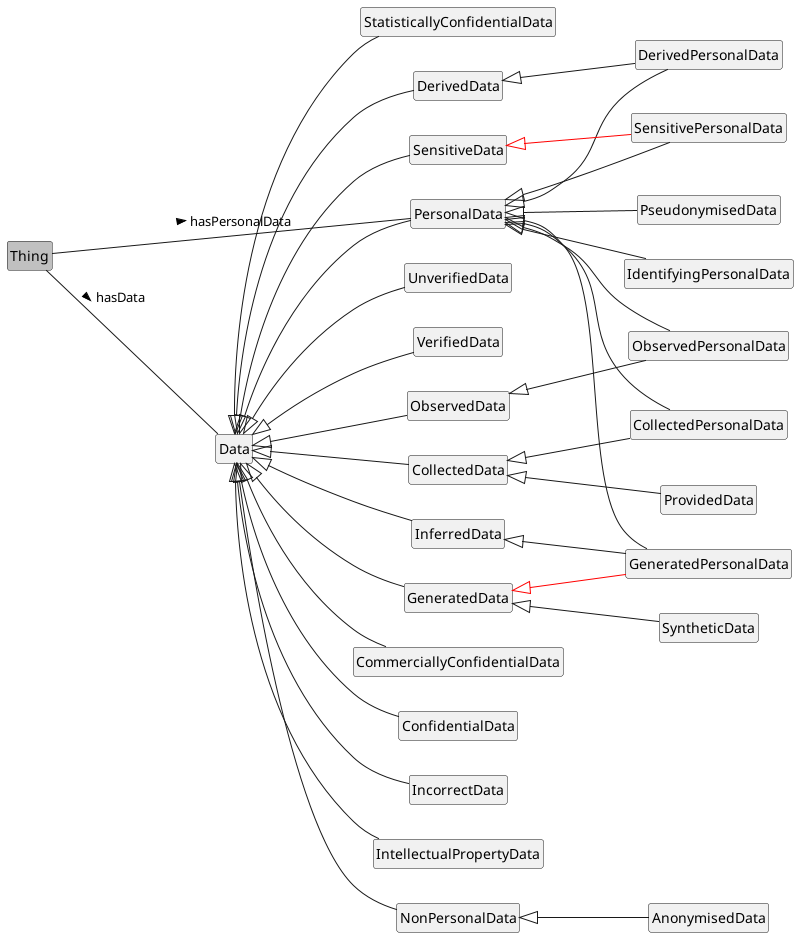
The PlantUML diagram media/PersonalData.png in jeswr/dpv, before a commit. Source of this version:
```plantuml
@startuml
!include style.plantuml
left to right direction

class Thing #silver
class Data
class PersonalData
class CollectedData
class CollectedPersonalData
class ProvidedData
class CommerciallyConfidentialData
class ConfidentialData
class DerivedData
class DerivedPersonalData
class GeneratedData
class IncorrectData
class InferredData
class IntellectualPropertyData
class NonPersonalData
class ObservedData
class SensitiveData
class StatisticallyConfidentialData
class UnverifiedData
class VerifiedData

Thing -- PersonalData : hasPersonalData >
Thing -- Data : hasData >
Data <|- PersonalData
Data <|-- CollectedData
CollectedData <|-- CollectedPersonalData
CollectedData <|-- ProvidedData
Data <|-- CommerciallyConfidentialData
Data <|-- ConfidentialData
Data <|-- DerivedData
DerivedData <|-- DerivedPersonalData
Data <|-- GeneratedData
GeneratedData <|-- SyntheticData
Data <|-- IncorrectData
Data <|-- InferredData
InferredData <|-- GeneratedPersonalData
Data <|-- IntellectualPropertyData
Data <|-- NonPersonalData
NonPersonalData <|-- AnonymisedData
Data <|-- ObservedData
ObservedData <|-- ObservedPersonalData
PersonalData <|-- CollectedPersonalData
PersonalData <|-- DerivedPersonalData
PersonalData <|-- GeneratedPersonalData
GeneratedData <|-[#red]- GeneratedPersonalData
PersonalData <|-- IdentifyingPersonalData
PersonalData <|-- ObservedPersonalData
PersonalData <|-- PseudonymisedData
PersonalData <|-- SensitivePersonalData
Data <|-- SensitiveData
SensitiveData <|-[#red]- SensitivePersonalData
Data <|-- StatisticallyConfidentialData
Data <|-- UnverifiedData
Data <|-- VerifiedData

@enduml
```
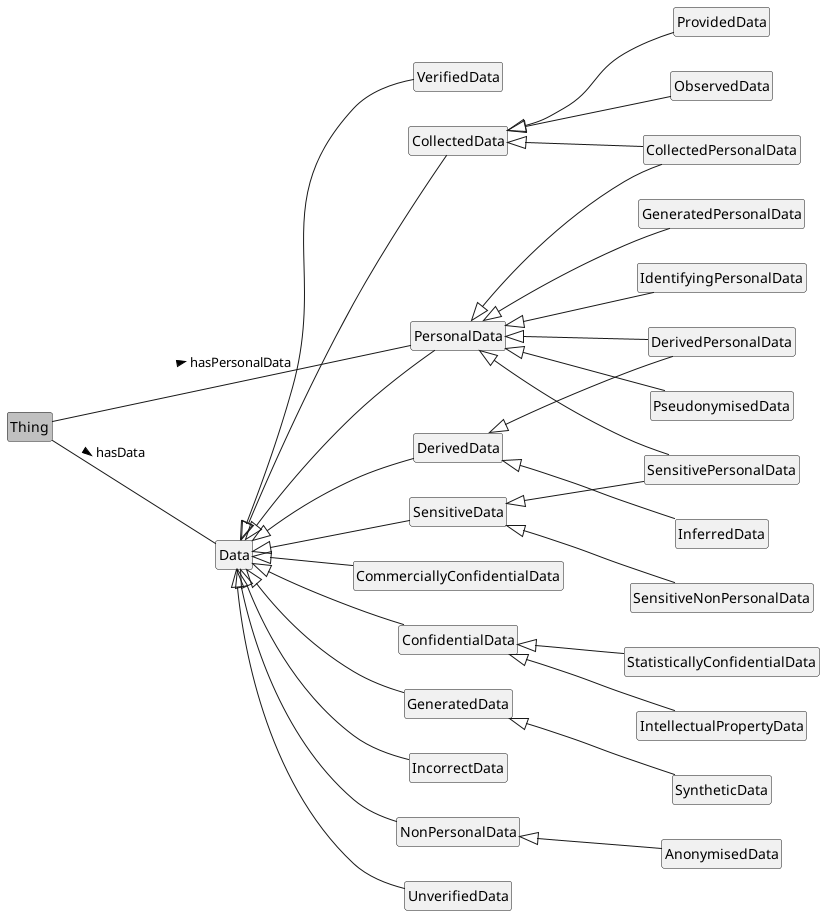
The same file after the commit.

What changed in the source:
```diff
@@ -25,36 +25,41 @@
 
 Thing -- PersonalData : hasPersonalData >
 Thing -- Data : hasData >
-Data <|- PersonalData
 Data <|-- CollectedData
-CollectedData <|-- CollectedPersonalData
-CollectedData <|-- ProvidedData
 Data <|-- CommerciallyConfidentialData
 Data <|-- ConfidentialData
 Data <|-- DerivedData
+Data <|-- GeneratedData
+Data <|-- IncorrectData
+Data <|-- PersonalData
+Data <|-- NonPersonalData
+Data <|-- SensitiveData
+Data <|-- UnverifiedData
+Data <|-- VerifiedData
+
+
+CollectedData <|-- CollectedPersonalData
+CollectedData <|-- ObservedData
+CollectedData <|-- ProvidedData
+
+ConfidentialData <|-- IntellectualPropertyData
+ConfidentialData <|-- StatisticallyConfidentialData
+
 DerivedData <|-- DerivedPersonalData
-Data <|-- GeneratedData
+DerivedData <|-- InferredData
+
 GeneratedData <|-- SyntheticData
-Data <|-- IncorrectData
-Data <|-- InferredData
-InferredData <|-- GeneratedPersonalData
-Data <|-- IntellectualPropertyData
-Data <|-- NonPersonalData
+
 NonPersonalData <|-- AnonymisedData
-Data <|-- ObservedData
-ObservedData <|-- ObservedPersonalData
+
 PersonalData <|-- CollectedPersonalData
 PersonalData <|-- DerivedPersonalData
 PersonalData <|-- GeneratedPersonalData
-GeneratedData <|-[#red]- GeneratedPersonalData
 PersonalData <|-- IdentifyingPersonalData
-PersonalData <|-- ObservedPersonalData
 PersonalData <|-- PseudonymisedData
 PersonalData <|-- SensitivePersonalData
-Data <|-- SensitiveData
-SensitiveData <|-[#red]- SensitivePersonalData
-Data <|-- StatisticallyConfidentialData
-Data <|-- UnverifiedData
-Data <|-- VerifiedData
+
+SensitiveData <|-- SensitiveNonPersonalData
+SensitiveData <|-- SensitivePersonalData
 
 @enduml
```
